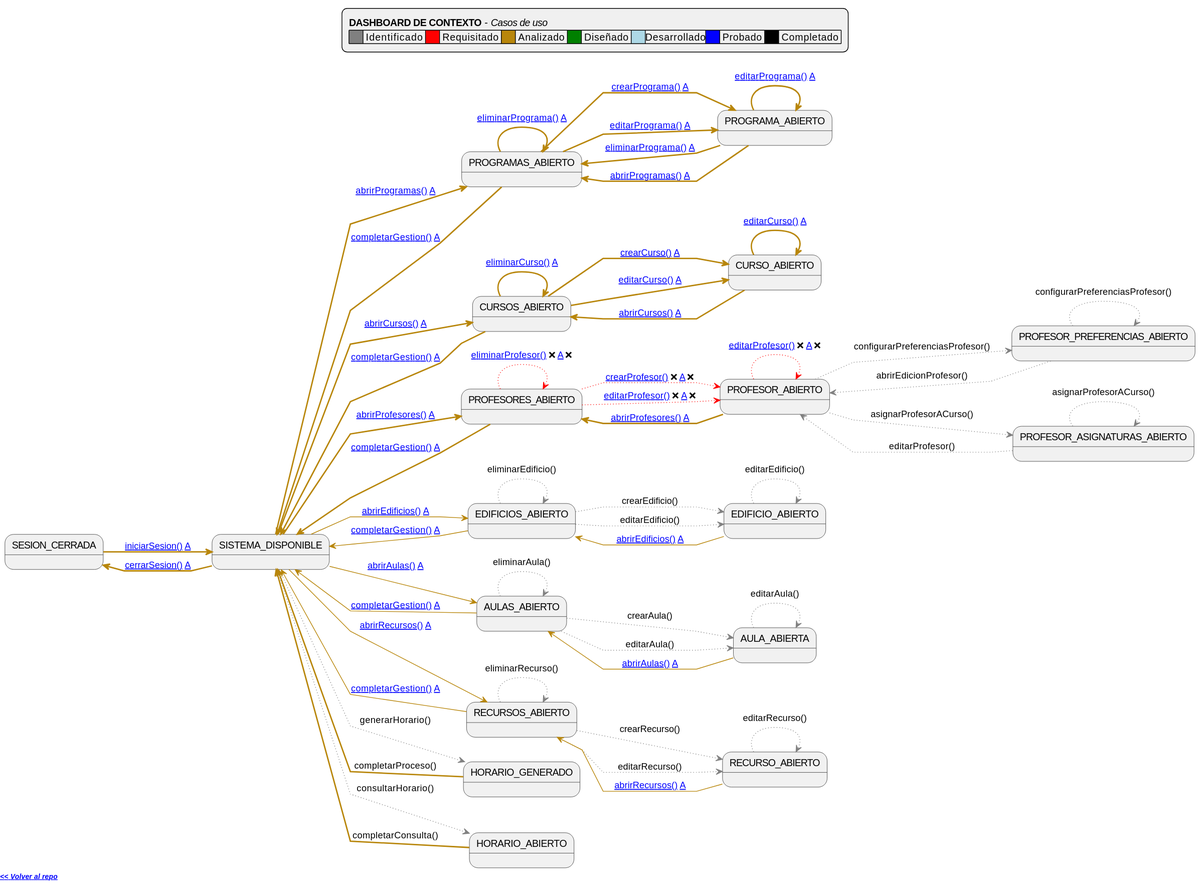
Hexcss/scheduler keeps this PlantUML diagram as images/RUP/99-seguimiento/diagrama-contexto-administrador.svg. Above is the earlier version.
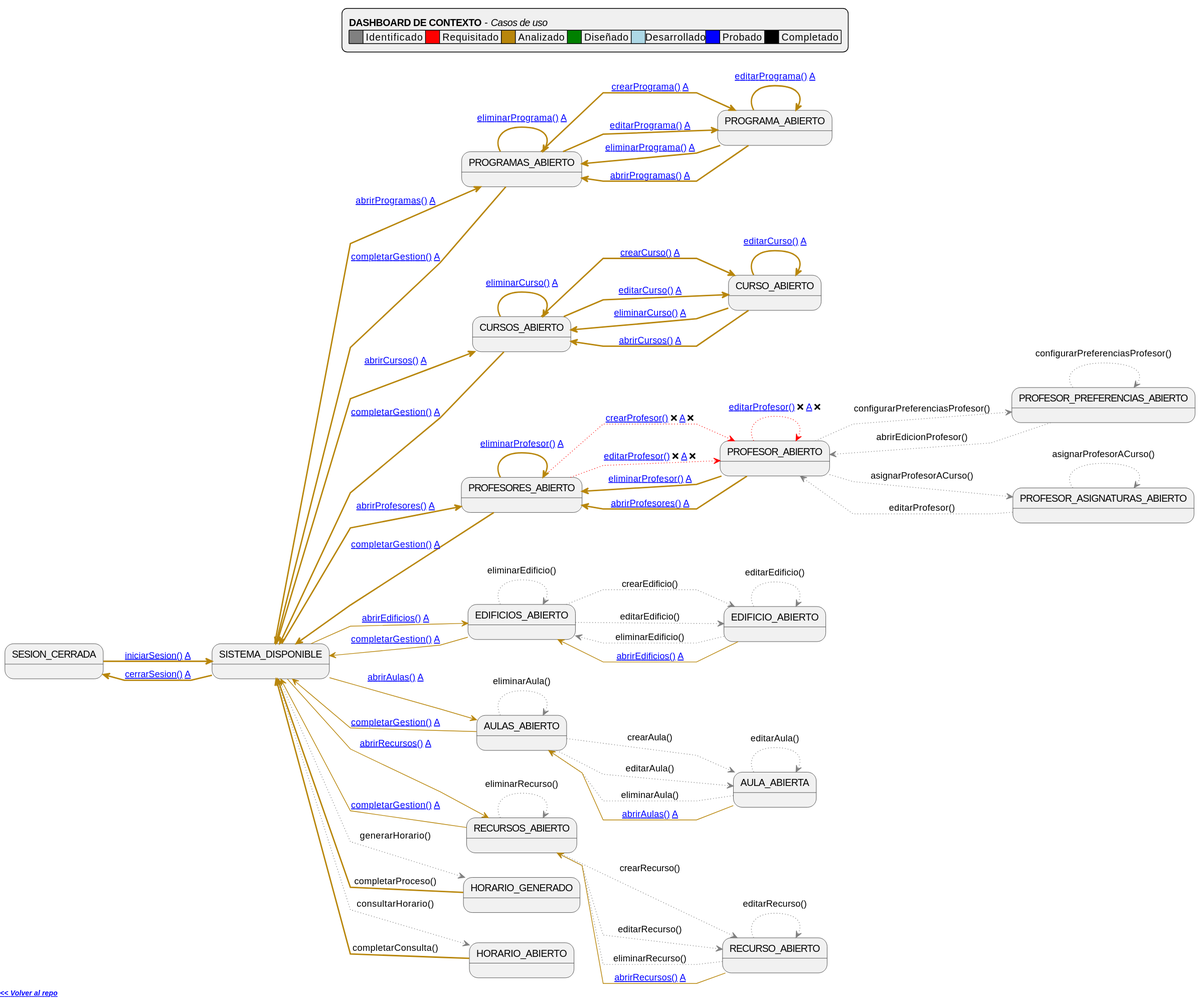
Later version of the same file.

Change to the diagram source:
```diff
@@ -69,11 +69,13 @@
 ListCursos -[#darkgoldenrod,thickness=2]-> EditCurso: [[https://github.com/mmasias/pySigHor/blob/main/RUP/00-casos-uso/02-detalle/editarCurso/README.md editarCurso()]] [[https://github.com/mmasias/pySigHor/blob/main/RUP/01-analisis/casos-uso/editarCurso/README.md A]]
 ListCursos -[#darkgoldenrod,thickness=2]-> ListCursos: [[https://github.com/mmasias/pySigHor/blob/main/RUP/00-casos-uso/02-detalle/eliminarCurso/README.md eliminarCurso()]] [[https://github.com/mmasias/pySigHor/blob/main/RUP/01-analisis/casos-uso/eliminarCurso/README.md A]]
 EditCurso -[#darkgoldenrod,thickness=2]-> EditCurso: [[https://github.com/mmasias/pySigHor/blob/main/RUP/00-casos-uso/02-detalle/editarCurso/README.md editarCurso()]] [[https://github.com/mmasias/pySigHor/blob/main/RUP/01-analisis/casos-uso/editarCurso/README.md A]]
+EditCurso -[#darkgoldenrod,thickness=2]-> ListCursos: [[https://github.com/mmasias/pySigHor/blob/main/RUP/00-casos-uso/02-detalle/eliminarCurso/README.md eliminarCurso()]] [[https://github.com/mmasias/pySigHor/blob/main/RUP/01-analisis/casos-uso/eliminarCurso/README.md A]]
 EditCurso -[#darkgoldenrod,thickness=2]-> ListCursos: [[https://github.com/mmasias/pySigHor/blob/main/RUP/00-casos-uso/02-detalle/abrirCursos/README.md abrirCursos()]] [[https://github.com/mmasias/pySigHor/blob/main/RUP/01-analisis/casos-uso/abrirCursos/README.md A]]
 ListProfesores -[#red,dotted]-> EditProfesor: [[https://github.com/mmasias/pySigHor/blob/main/RUP/00-casos-uso/02-detalle/crearProfesor/README.md crearProfesor()]] ❌ [[https://github.com/mmasias/pySigHor/blob/main/RUP/01-analisis/casos-uso/crearProfesor/README.md A]] ❌
 ListProfesores -[#red,dotted]-> EditProfesor: [[https://github.com/mmasias/pySigHor/blob/main/RUP/00-casos-uso/02-detalle/editarProfesor/README.md editarProfesor()]] ❌ [[https://github.com/mmasias/pySigHor/blob/main/RUP/01-analisis/casos-uso/editarProfesor/README.md A]] ❌
-ListProfesores -[#red,dotted]-> ListProfesores: [[https://github.com/mmasias/pySigHor/blob/main/RUP/00-casos-uso/02-detalle/eliminarProfesor/README.md eliminarProfesor()]] ❌ [[https://github.com/mmasias/pySigHor/blob/main/RUP/01-analisis/casos-uso/eliminarProfesor/README.md A]] ❌
+ListProfesores -[#darkgoldenrod,thickness=2]-> ListProfesores: [[https://github.com/mmasias/pySigHor/blob/main/RUP/00-casos-uso/02-detalle/eliminarProfesor/README.md eliminarProfesor()]] [[https://github.com/mmasias/pySigHor/blob/main/RUP/01-analisis/casos-uso/eliminarProfesor/README.md A]]
 EditProfesor -[#red,dotted]-> EditProfesor: [[https://github.com/mmasias/pySigHor/blob/main/RUP/00-casos-uso/02-detalle/editarProfesor/README.md editarProfesor()]] ❌ [[https://github.com/mmasias/pySigHor/blob/main/RUP/01-analisis/casos-uso/editarProfesor/README.md A]] ❌
+EditProfesor -[#darkgoldenrod,thickness=2]-> ListProfesores: [[https://github.com/mmasias/pySigHor/blob/main/RUP/00-casos-uso/02-detalle/eliminarProfesor/README.md eliminarProfesor()]] [[https://github.com/mmasias/pySigHor/blob/main/RUP/01-analisis/casos-uso/eliminarProfesor/README.md A]]
 EditProfesor -[#gray,dotted]-> EditProfesorPreferencias: configurarPreferenciasProfesor()
 EditProfesor -[#darkgoldenrod,thickness=2]-> ListProfesores: [[https://github.com/mmasias/pySigHor/blob/main/RUP/00-casos-uso/02-detalle/abrirProfesores/README.md abrirProfesores()]] [[https://github.com/mmasias/pySigHor/blob/main/RUP/01-analisis/casos-uso/abrirProfesores/README.md A]]
 EditProfesorPreferencias -[#gray,dotted]-> EditProfesorPreferencias: configurarPreferenciasProfesor()
@@ -82,16 +84,19 @@
 ListEdificios -[#gray,dotted]-> EditEdificio: editarEdificio()
 ListEdificios -[#gray,dotted]-> ListEdificios: eliminarEdificio()
 EditEdificio -[#gray,dotted]-> EditEdificio: editarEdificio()
+EditEdificio -[#gray,dotted]-> ListEdificios: eliminarEdificio()
 EditEdificio -[#darkgoldenrod]-> ListEdificios: [[https://github.com/mmasias/pySigHor/blob/main/RUP/00-casos-uso/02-detalle/abrirEdificios/README.md abrirEdificios()]] [[https://github.com/mmasias/pySigHor/blob/main/RUP/01-analisis/casos-uso/abrirEdificios/README.md A]]
 ListAulas -[#gray,dotted]-> EditAula: crearAula()
 ListAulas -[#gray,dotted]-> EditAula: editarAula()
 ListAulas -[#gray,dotted]-> ListAulas: eliminarAula()
 EditAula -[#gray,dotted]-> EditAula: editarAula()
+EditAula -[#gray,dotted]-> ListAulas: eliminarAula()
 EditAula -[#darkgoldenrod]-> ListAulas: [[https://github.com/mmasias/pySigHor/blob/main/RUP/00-casos-uso/02-detalle/abrirAulas/README.md abrirAulas()]] [[https://github.com/mmasias/pySigHor/blob/main/RUP/01-analisis/casos-uso/abrirAulas/README.md A]]
 ListRecursos -[#gray,dotted]-> EditRecurso: crearRecurso()
 ListRecursos -[#gray,dotted]-> EditRecurso: editarRecurso()
 ListRecursos -[#gray,dotted]-> ListRecursos: eliminarRecurso()
 EditRecurso -[#gray,dotted]-> EditRecurso: editarRecurso()
+EditRecurso -[#gray,dotted]-> ListRecursos: eliminarRecurso()
 EditRecurso -[#darkgoldenrod]-> ListRecursos: [[https://github.com/mmasias/pySigHor/blob/main/RUP/00-casos-uso/02-detalle/abrirRecursos/README.md abrirRecursos()]] [[https://github.com/mmasias/pySigHor/blob/main/RUP/01-analisis/casos-uso/abrirRecursos/README.md A]]
 ListProgramas -[#darkgoldenrod,thickness=2]-> Menu: [[https://github.com/mmasias/pySigHor/blob/main/RUP/00-casos-uso/02-detalle/completarGestion/README.md completarGestion()]] [[https://github.com/mmasias/pySigHor/blob/main/RUP/01-analisis/casos-uso/completarGestion/README.md A]]
 ListCursos -[#darkgoldenrod,thickness=2]-> Menu: [[https://github.com/mmasias/pySigHor/blob/main/RUP/00-casos-uso/02-detalle/completarGestion/README.md completarGestion()]] [[https://github.com/mmasias/pySigHor/blob/main/RUP/01-analisis/casos-uso/completarGestion/README.md A]]
```
